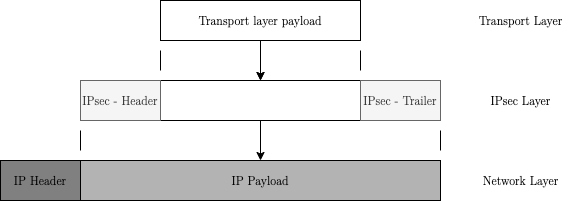
rocioramirezsanabria-git/Thesis keeps this draw.io diagram as Document/transport_encapsulation.png. Above is the earlier version. Source tidied: cells renumbered, new cells last; positions are measured from the earlier drawing's top-left corner, leaving out a move shared by most shapes. Source of this version:
```xml
<mxGraphModel>
  <root>
    <mxCell id="0" />
    <mxCell id="1" parent="0" />
    <mxCell id="2" style="edgeStyle=orthogonalEdgeStyle;rounded=0;jettySize=auto;html=1;startArrow=none;startFill=0;fillColor=#000000;" parent="1" edge="1" source="3" target="5">
      <mxGeometry relative="1" as="geometry" />
    </mxCell>
    <mxCell id="3" value="&lt;font face=&quot;Latin Modern Roman&quot;&gt;Transport layer payload&lt;/font&gt;" style="rounded=0;whiteSpace=wrap;html=1;" parent="1" vertex="1">
      <mxGeometry x="160" width="200" height="40" as="geometry" />
    </mxCell>
    <mxCell id="4" style="edgeStyle=orthogonalEdgeStyle;rounded=0;jettySize=auto;html=1;startArrow=none;startFill=0;fillColor=#000000;" parent="1" edge="1" source="5" target="12">
      <mxGeometry relative="1" as="geometry" />
    </mxCell>
    <mxCell id="5" style="rounded=0;whiteSpace=wrap;html=1;" parent="1" vertex="1">
      <mxGeometry x="160" y="80" width="200" height="40" as="geometry" />
    </mxCell>
    <mxCell id="6" style="endArrow=none;html=1;" parent="1" edge="1">
      <mxGeometry relative="1" as="geometry">
        <mxPoint x="160" y="70" as="sourcePoint" />
        <mxPoint x="160" y="50" as="targetPoint" />
      </mxGeometry>
    </mxCell>
    <mxCell id="7" style="endArrow=none;html=1;" parent="1" edge="1">
      <mxGeometry relative="1" as="geometry">
        <mxPoint x="360" y="70" as="sourcePoint" />
        <mxPoint x="360" y="50" as="targetPoint" />
      </mxGeometry>
    </mxCell>
    <mxCell id="8" value="&lt;font face=&quot;Latin Modern Roman&quot;&gt;IPsec - Header&lt;/font&gt;" style="rounded=0;whiteSpace=wrap;html=1;fillColor=#f5f5f5;strokeColor=#666666;fontColor=#333333;" parent="1" vertex="1">
      <mxGeometry x="80" y="80" width="80" height="40" as="geometry" />
    </mxCell>
    <mxCell id="9" value="&lt;font face=&quot;Latin Modern Roman&quot;&gt;IPsec - Trailer&lt;/font&gt;" style="rounded=0;whiteSpace=wrap;html=1;fillColor=#f5f5f5;strokeColor=#666666;fontColor=#333333;" parent="1" vertex="1">
      <mxGeometry x="360" y="80" width="80" height="40" as="geometry" />
    </mxCell>
    <mxCell id="10" style="endArrow=none;html=1;" parent="1" edge="1">
      <mxGeometry relative="1" as="geometry">
        <mxPoint x="440" y="150" as="sourcePoint" />
        <mxPoint x="440" y="130" as="targetPoint" />
      </mxGeometry>
    </mxCell>
    <mxCell id="11" style="endArrow=none;html=1;" parent="1" edge="1">
      <mxGeometry relative="1" as="geometry">
        <mxPoint x="80" y="150" as="sourcePoint" />
        <mxPoint x="80" y="130" as="targetPoint" />
      </mxGeometry>
    </mxCell>
    <mxCell id="12" value="&lt;font face=&quot;Latin Modern Roman&quot;&gt;IP Payload&lt;/font&gt;" style="rounded=0;whiteSpace=wrap;html=1;fillColor=#B3B3B3;" parent="1" vertex="1">
      <mxGeometry x="80" y="160" width="360" height="40" as="geometry" />
    </mxCell>
    <mxCell id="13" value="&lt;font face=&quot;Latin Modern Roman&quot;&gt;IP Header&lt;/font&gt;" style="rounded=0;whiteSpace=wrap;html=1;fillColor=#808080;" parent="1" vertex="1">
      <mxGeometry y="160" width="80" height="40" as="geometry" />
    </mxCell>
    <mxCell id="14" style="endArrow=classic;startArrow=none;html=1;startFill=0;fillColor=#000000;entryX=0.5;entryY=0;entryDx=0;entryDy=0;" parent="1" edge="1" target="5">
      <mxGeometry relative="1" as="geometry">
        <mxPoint x="260" y="50" as="sourcePoint" />
      </mxGeometry>
    </mxCell>
    <mxCell id="15" value="&lt;font face=&quot;Latin Modern Roman&quot;&gt;Transport Layer&lt;/font&gt;" style="text;html=1;align=center;verticalAlign=middle;" parent="1" vertex="1">
      <mxGeometry x="470" y="10" width="100" height="20" as="geometry" />
    </mxCell>
    <mxCell id="16" value="&lt;font face=&quot;Latin Modern Roman&quot;&gt;IPsec Layer&lt;/font&gt;" style="text;html=1;align=center;verticalAlign=middle;" parent="1" vertex="1">
      <mxGeometry x="480" y="90" width="80" height="20" as="geometry" />
    </mxCell>
    <mxCell id="17" value="&lt;font face=&quot;Latin Modern Roman&quot;&gt;Network Layer&lt;/font&gt;" style="text;html=1;align=center;verticalAlign=middle;" parent="1" vertex="1">
      <mxGeometry x="475" y="170" width="90" height="20" as="geometry" />
    </mxCell>
  </root>
</mxGraphModel>
```
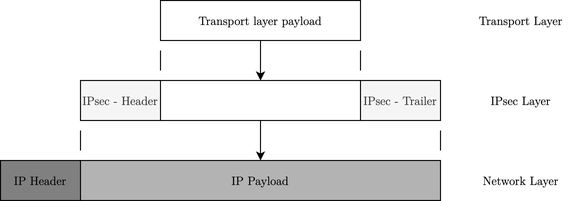
Later version of the same file.

What changed in the source:
```diff
@@ -26,10 +26,10 @@
         <mxPoint x="360" y="50" as="targetPoint" />
       </mxGeometry>
     </mxCell>
-    <mxCell id="8" value="&lt;font face=&quot;Latin Modern Roman&quot;&gt;IPsec - Header&lt;/font&gt;" style="rounded=0;whiteSpace=wrap;html=1;fillColor=#f5f5f5;strokeColor=#666666;fontColor=#333333;" parent="1" vertex="1">
+    <mxCell id="8" value="&lt;font face=&quot;Latin Modern Roman&quot;&gt;IPsec - Header&lt;/font&gt;" style="rounded=0;whiteSpace=wrap;html=1;fillColor=#f5f5f5;strokeColor=#000000;fontColor=#333333;" parent="1" vertex="1">
       <mxGeometry x="80" y="80" width="80" height="40" as="geometry" />
     </mxCell>
-    <mxCell id="9" value="&lt;font face=&quot;Latin Modern Roman&quot;&gt;IPsec - Trailer&lt;/font&gt;" style="rounded=0;whiteSpace=wrap;html=1;fillColor=#f5f5f5;strokeColor=#666666;fontColor=#333333;" parent="1" vertex="1">
+    <mxCell id="9" value="&lt;font face=&quot;Latin Modern Roman&quot;&gt;IPsec - Trailer&lt;/font&gt;" style="rounded=0;whiteSpace=wrap;html=1;fillColor=#f5f5f5;strokeColor=#000000;fontColor=#333333;" parent="1" vertex="1">
       <mxGeometry x="360" y="80" width="80" height="40" as="geometry" />
     </mxCell>
     <mxCell id="10" style="endArrow=none;html=1;" parent="1" edge="1">
```
